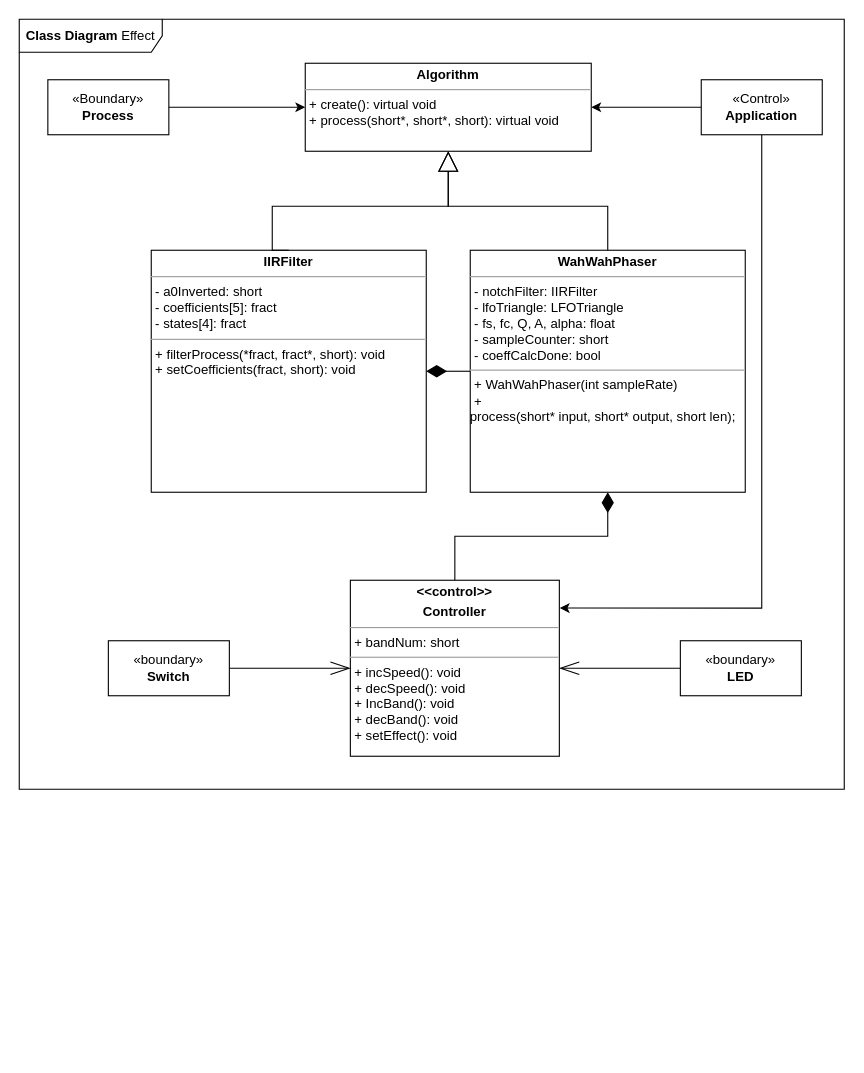
Earlier version of the draw.io diagram ClassDiagram.pdf.drawio (flamefir/ISB-final-project). Source tidied: cells renumbered, new cells numbered last; positions are measured from the earlier drawing's top-left corner, leaving out a move shared by most shapes. Both pictures are drawn from the tidied source at 110%, with x=0, y=0 at pixel (19, 19).
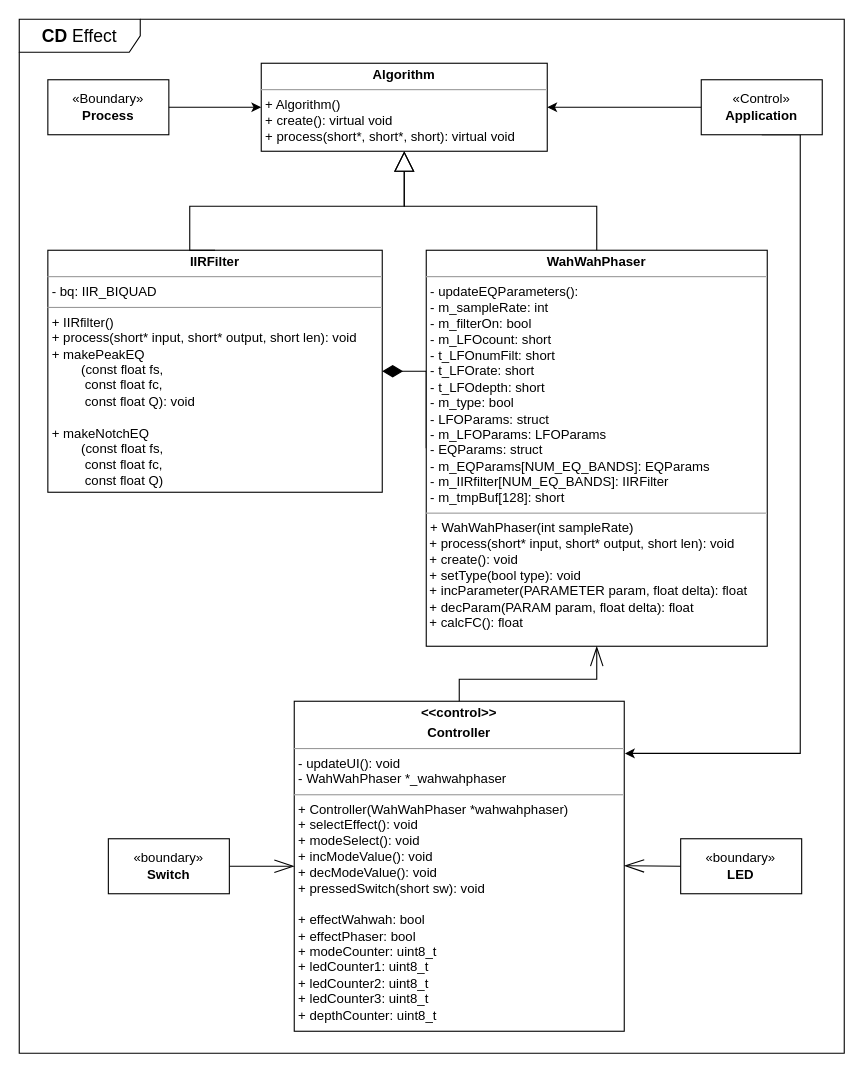
Above is the later version.

Unchanged cells that the change refers to:
```xml
<mxCell id="11" value="«Control»&lt;br&gt;&lt;b&gt;Application&lt;/b&gt;" style="html=1;whiteSpace=wrap;" parent="1" vertex="1">
  <mxGeometry x="620" y="55" width="110" height="50" as="geometry" />
</mxCell>
```

Diff of the diagram source:
```diff
@@
-    <mxCell id="4" value="&lt;p style=&quot;margin:0px;margin-top:4px;text-align:center;&quot;&gt;&lt;b&gt;Algorithm&lt;/b&gt;&lt;/p&gt;&lt;hr size=&quot;1&quot;&gt;&lt;p style=&quot;margin:0px;margin-left:4px;&quot;&gt;&lt;span style=&quot;background-color: initial;&quot;&gt;+ create(): virtual void&lt;/span&gt;&lt;br&gt;&lt;span style=&quot;background-color: initial;&quot;&gt;+ process(short*, short*, short): virtual void&lt;/span&gt;&lt;br&gt;&lt;/p&gt;&lt;p style=&quot;margin:0px;margin-left:4px;&quot;&gt;&lt;br&gt;&lt;/p&gt;" style="verticalAlign=top;align=left;overflow=fill;fontSize=12;fontFamily=Helvetica;html=1;whiteSpace=wrap;" parent="1" vertex="1">
-      <mxGeometry x="260" y="40" width="260" height="80" as="geometry" />
+    <mxCell id="4" value="&lt;p style=&quot;margin:0px;margin-top:4px;text-align:center;&quot;&gt;&lt;b&gt;Algorithm&lt;/b&gt;&lt;/p&gt;&lt;hr size=&quot;1&quot;&gt;&lt;p style=&quot;margin:0px;margin-left:4px;&quot;&gt;&lt;span style=&quot;background-color: initial;&quot;&gt;+ Algorithm()&lt;/span&gt;&lt;/p&gt;&lt;p style=&quot;margin:0px;margin-left:4px;&quot;&gt;&lt;span style=&quot;background-color: initial;&quot;&gt;+ create(): virtual void&lt;/span&gt;&lt;br&gt;&lt;span style=&quot;background-color: initial;&quot;&gt;+ process(short*, short*, short): virtual void&lt;/span&gt;&lt;br&gt;&lt;/p&gt;&lt;p style=&quot;margin:0px;margin-left:4px;&quot;&gt;&lt;br&gt;&lt;/p&gt;" style="verticalAlign=top;align=left;overflow=fill;fontSize=12;fontFamily=Helvetica;html=1;whiteSpace=wrap;" parent="1" vertex="1">
+      <mxGeometry x="220" y="40" width="260" height="80" as="geometry" />
     </mxCell>
-    <mxCell id="5" value="&lt;p style=&quot;margin:0px;margin-top:4px;text-align:center;&quot;&gt;&lt;b&gt;IIRFilter&lt;/b&gt;&lt;/p&gt;&lt;hr size=&quot;1&quot;&gt;&lt;p style=&quot;margin:0px;margin-left:4px;&quot;&gt;- a0Inverted: short&lt;br&gt;&lt;/p&gt;&lt;p style=&quot;margin:0px;margin-left:4px;&quot;&gt;- coefficients[5]: fract&lt;/p&gt;&lt;p style=&quot;margin:0px;margin-left:4px;&quot;&gt;- states[4]: fract&lt;/p&gt;&lt;hr size=&quot;1&quot;&gt;&lt;p style=&quot;margin:0px;margin-left:4px;&quot;&gt;+ filterProcess(*fract, fract*, short): void&lt;br&gt;+ setCoefficients(fract, short): void&lt;/p&gt;" style="verticalAlign=top;align=left;overflow=fill;fontSize=12;fontFamily=Helvetica;html=1;whiteSpace=wrap;" parent="1" vertex="1">
-      <mxGeometry x="120" y="210" width="250" height="220" as="geometry" />
+    <mxCell id="5" value="&lt;p style=&quot;margin:0px;margin-top:4px;text-align:center;&quot;&gt;&lt;b&gt;IIRFilter&lt;/b&gt;&lt;/p&gt;&lt;hr size=&quot;1&quot;&gt;&lt;p style=&quot;margin:0px;margin-left:4px;&quot;&gt;- bq: IIR_BIQUAD&lt;/p&gt;&lt;hr size=&quot;1&quot;&gt;&lt;p style=&quot;margin:0px;margin-left:4px;&quot;&gt;+ IIRfilter()&lt;/p&gt;&lt;p style=&quot;margin:0px;margin-left:4px;&quot;&gt;+ process(short* input, short* output, short len): void&lt;br&gt;+ makePeakEQ&lt;/p&gt;&lt;p style=&quot;margin:0px;margin-left:4px;&quot;&gt;&lt;span style=&quot;white-space: pre;&quot;&gt;&#9;&lt;/span&gt;(const float fs,&lt;br&gt;                     &lt;span style=&quot;white-space: pre;&quot;&gt;&#9;&lt;/span&gt;&amp;nbsp;const float fc,&lt;br&gt;                     &lt;span style=&quot;white-space: pre;&quot;&gt;&#9;&lt;/span&gt;&amp;nbsp;const float Q): void&lt;br&gt;&lt;/p&gt;&lt;p style=&quot;margin:0px;margin-left:4px;&quot;&gt;&lt;br&gt;&lt;/p&gt;&lt;p style=&quot;margin:0px;margin-left:4px;&quot;&gt;+ makeNotchEQ&lt;/p&gt;&lt;p style=&quot;margin:0px;margin-left:4px;&quot;&gt;&lt;span style=&quot;white-space: pre;&quot;&gt;&#9;&lt;/span&gt;(const float fs,&lt;br&gt;                     &lt;span style=&quot;white-space: pre;&quot;&gt;&#9;&lt;/span&gt;&amp;nbsp;const float fc,&lt;br&gt;                     &lt;span style=&quot;white-space: pre;&quot;&gt;&#9;&lt;/span&gt;&amp;nbsp;const float Q)&lt;br&gt;&lt;/p&gt;" style="verticalAlign=top;align=left;overflow=fill;fontSize=12;fontFamily=Helvetica;html=1;whiteSpace=wrap;" parent="1" vertex="1">
+      <mxGeometry x="26" y="210" width="304" height="220" as="geometry" />
     </mxCell>
@@
-    <mxCell id="7" value="&lt;p style=&quot;margin:0px;margin-top:4px;text-align:center;&quot;&gt;&lt;b&gt;WahWahPhaser&lt;/b&gt;&lt;/p&gt;&lt;hr size=&quot;1&quot;&gt;&lt;p style=&quot;margin:0px;margin-left:4px;&quot;&gt;- notchFilter: IIRFilter&lt;br&gt;- lfoTriangle: LFOTriangle&lt;/p&gt;&lt;p style=&quot;margin:0px;margin-left:4px;&quot;&gt;- fs, fc, Q, A, alpha: float&lt;/p&gt;&lt;p style=&quot;margin:0px;margin-left:4px;&quot;&gt;- sampleCounter: short&lt;/p&gt;&lt;p style=&quot;margin:0px;margin-left:4px;&quot;&gt;- coeffCalcDone: bool&lt;/p&gt;&lt;hr size=&quot;1&quot;&gt;&lt;p style=&quot;margin:0px;margin-left:4px;&quot;&gt;+ WahWahPhaser(int sampleRate)&lt;/p&gt;&lt;p style=&quot;margin:0px;margin-left:4px;&quot;&gt;+&amp;nbsp;&lt;/p&gt;process(short* input, short* output, short len);" style="verticalAlign=top;align=left;overflow=fill;fontSize=12;fontFamily=Helvetica;html=1;whiteSpace=wrap;" parent="1" vertex="1">
-      <mxGeometry x="410" y="210" width="250" height="220" as="geometry" />
+    <mxCell id="7" value="&lt;p style=&quot;margin:0px;margin-top:4px;text-align:center;&quot;&gt;&lt;b&gt;WahWahPhaser&lt;/b&gt;&lt;/p&gt;&lt;hr size=&quot;1&quot;&gt;&lt;p style=&quot;margin:0px;margin-left:4px;&quot;&gt;-&amp;nbsp;updateEQParameters():&amp;nbsp;&lt;br&gt;- m_sampleRate: int&lt;br&gt;&lt;/p&gt;&lt;p style=&quot;margin:0px;margin-left:4px;&quot;&gt;- m_filterOn: bool&lt;/p&gt;&lt;p style=&quot;margin:0px;margin-left:4px;&quot;&gt;- m_LFOcount: short&lt;/p&gt;&lt;p style=&quot;margin:0px;margin-left:4px;&quot;&gt;- t_LFOnumFilt: short&lt;br&gt;&lt;/p&gt;&lt;p style=&quot;margin:0px;margin-left:4px;&quot;&gt;- t_LFOrate: short&lt;br&gt;&lt;/p&gt;&lt;p style=&quot;margin:0px;margin-left:4px;&quot;&gt;- t_LFOdepth: short&lt;br&gt;&lt;/p&gt;&lt;p style=&quot;margin:0px;margin-left:4px;&quot;&gt;- m_type: bool&lt;/p&gt;&lt;p style=&quot;margin:0px;margin-left:4px;&quot;&gt;- LFOParams: struct&lt;/p&gt;&lt;p style=&quot;margin:0px;margin-left:4px;&quot;&gt;- m_LFOParams: LFOParams&lt;br&gt;&lt;/p&gt;&lt;p style=&quot;margin:0px;margin-left:4px;&quot;&gt;- EQParams: struct&lt;/p&gt;&lt;p style=&quot;margin:0px;margin-left:4px;&quot;&gt;- m_EQParams[NUM_EQ_BANDS]: EQParams&lt;/p&gt;&lt;p style=&quot;margin:0px;margin-left:4px;&quot;&gt;- m_IIRfilter[NUM_EQ_BANDS]: IIRFilter&lt;span style=&quot;background-color: initial;&quot;&gt;&amp;nbsp;&lt;/span&gt;&lt;/p&gt;&lt;p style=&quot;margin:0px;margin-left:4px;&quot;&gt;- m_tmpBuf[128]: short&lt;/p&gt;&lt;hr size=&quot;1&quot;&gt;&lt;p style=&quot;margin:0px;margin-left:4px;&quot;&gt;+ WahWahPhaser(int sampleRate)&lt;/p&gt;&lt;p style=&quot;margin:0px;margin-left:4px;&quot;&gt;&lt;/p&gt;&amp;nbsp;+ process(short* input, short* output, short len): void&lt;br&gt;&amp;nbsp;+ create(): void&lt;br&gt;&amp;nbsp;+&amp;nbsp;setType(bool type): void&amp;nbsp;&lt;br&gt;&amp;nbsp;+ incParameter(PARAMETER param, float delta): float&lt;br&gt;&amp;nbsp;+ decParam(PARAM param, float delta): float&lt;br&gt;&amp;nbsp;+ calcFC(): float" style="verticalAlign=top;align=left;overflow=fill;fontSize=12;fontFamily=Helvetica;html=1;whiteSpace=wrap;" parent="1" vertex="1">
+      <mxGeometry x="370" y="210" width="310" height="360" as="geometry" />
     </mxCell>
@@
     <mxCell id="10" style="edgeStyle=orthogonalEdgeStyle;rounded=0;jettySize=auto;html=1;exitX=0.5;exitY=1;exitDx=0;exitDy=0;entryX=1.002;entryY=0.158;entryDx=0;entryDy=0;entryPerimeter=0;" parent="1" edge="1" source="11" target="12">
       <mxGeometry relative="1" as="geometry">
         <Array as="points">
-          <mxPoint x="675" y="535" />
+          <mxPoint x="710" y="105" />
+          <mxPoint x="710" y="667" />
+          <mxPoint x="551" y="667" />
         </Array>
       </mxGeometry>
     </mxCell>
@@
-    <mxCell id="12" value="&lt;p style=&quot;margin:0px;margin-top:4px;text-align:center;&quot;&gt;&lt;b&gt;&amp;lt;&amp;lt;control&amp;gt;&amp;gt;&lt;/b&gt;&lt;/p&gt;&lt;p style=&quot;margin:0px;margin-top:4px;text-align:center;&quot;&gt;&lt;b&gt;Controller&lt;/b&gt;&lt;/p&gt;&lt;hr size=&quot;1&quot;&gt;&lt;p style=&quot;margin:0px;margin-left:4px;&quot;&gt;+ bandNum: short&lt;br&gt;&lt;/p&gt;&lt;hr size=&quot;1&quot;&gt;&lt;p style=&quot;margin:0px;margin-left:4px;&quot;&gt;+ incSpeed(): void&lt;br&gt;+ decSpeed(): void&lt;/p&gt;&lt;p style=&quot;margin:0px;margin-left:4px;&quot;&gt;+ IncBand(): void&lt;/p&gt;&lt;p style=&quot;margin:0px;margin-left:4px;&quot;&gt;+ decBand(): void&lt;/p&gt;&lt;p style=&quot;margin:0px;margin-left:4px;&quot;&gt;+ setEffect(): void&lt;/p&gt;" style="verticalAlign=top;align=left;overflow=fill;fontSize=12;fontFamily=Helvetica;html=1;whiteSpace=wrap;" parent="1" vertex="1">
-      <mxGeometry x="301" y="510" width="190" height="160" as="geometry" />
+    <mxCell id="12" value="&lt;p style=&quot;margin:0px;margin-top:4px;text-align:center;&quot;&gt;&lt;b&gt;&amp;lt;&amp;lt;control&amp;gt;&amp;gt;&lt;/b&gt;&lt;/p&gt;&lt;p style=&quot;margin:0px;margin-top:4px;text-align:center;&quot;&gt;&lt;b&gt;Controller&lt;/b&gt;&lt;/p&gt;&lt;hr size=&quot;1&quot;&gt;&lt;p style=&quot;margin:0px;margin-left:4px;&quot;&gt;- updateUI(): void&lt;/p&gt;&lt;p style=&quot;margin:0px;margin-left:4px;&quot;&gt;- WahWahPhaser *_wahwahphaser&lt;/p&gt;&lt;hr size=&quot;1&quot;&gt;&lt;p style=&quot;margin:0px;margin-left:4px;&quot;&gt;+ Controller(WahWahPhaser *wahwahphaser)&lt;/p&gt;&lt;p style=&quot;margin:0px;margin-left:4px;&quot;&gt;+ selectEffect(): void&lt;/p&gt;&lt;p style=&quot;margin:0px;margin-left:4px;&quot;&gt;+ modeSelect(): void&lt;/p&gt;&lt;p style=&quot;margin:0px;margin-left:4px;&quot;&gt;+ incModeValue(): void&lt;/p&gt;&lt;p style=&quot;margin:0px;margin-left:4px;&quot;&gt;+ decModeValue(): void&lt;/p&gt;&lt;p style=&quot;margin:0px;margin-left:4px;&quot;&gt;+ pressedSwitch(short sw): void&lt;/p&gt;&lt;p style=&quot;margin:0px;margin-left:4px;&quot;&gt;&lt;br&gt;&lt;/p&gt;&lt;p style=&quot;margin:0px;margin-left:4px;&quot;&gt;+ effectWahwah: bool&lt;/p&gt;&lt;p style=&quot;margin:0px;margin-left:4px;&quot;&gt;+ effectPhaser: bool&lt;br&gt;&lt;/p&gt;&lt;p style=&quot;margin:0px;margin-left:4px;&quot;&gt;+ modeCounter: uint8_t&lt;/p&gt;&lt;p style=&quot;margin:0px;margin-left:4px;&quot;&gt;+ ledCounter1: uint8_t&lt;br&gt;&lt;/p&gt;&lt;p style=&quot;margin:0px;margin-left:4px;&quot;&gt;+ ledCounter2: uint8_t&lt;br&gt;&lt;/p&gt;&lt;p style=&quot;margin:0px;margin-left:4px;&quot;&gt;+ ledCounter3: uint8_t&lt;br&gt;&lt;/p&gt;&lt;p style=&quot;margin:0px;margin-left:4px;&quot;&gt;+ depthCounter: uint8_t&lt;br&gt;&lt;/p&gt;" style="verticalAlign=top;align=left;overflow=fill;fontSize=12;fontFamily=Helvetica;html=1;whiteSpace=wrap;" parent="1" vertex="1">
+      <mxGeometry x="250" y="620" width="300" height="300" as="geometry" />
     </mxCell>
@@
     <mxCell id="14" value="«boundary»&lt;br&gt;&lt;b&gt;Switch&lt;/b&gt;" style="html=1;whiteSpace=wrap;" parent="1" vertex="1">
-      <mxGeometry x="81" y="565" width="110" height="50" as="geometry" />
+      <mxGeometry x="81" y="745" width="110" height="50" as="geometry" />
     </mxCell>
-    <mxCell id="15" style="edgeStyle=orthogonalEdgeStyle;rounded=0;jettySize=auto;html=1;exitX=0;exitY=0.5;exitDx=0;exitDy=0;entryX=1;entryY=0.5;entryDx=0;entryDy=0;endArrow=openThin;endFill=0;endSize=16;" parent="1" edge="1" source="16" target="12">
-      <mxGeometry relative="1" as="geometry" />
+    <mxCell id="15" style="edgeStyle=orthogonalEdgeStyle;rounded=0;jettySize=auto;html=1;exitX=0;exitY=0.5;exitDx=0;exitDy=0;entryX=0.999;entryY=0.684;entryDx=0;entryDy=0;endArrow=openThin;endFill=0;endSize=16;entryPerimeter=0;" parent="1" edge="1" source="16">
+      <mxGeometry relative="1" as="geometry">
+        <mxPoint x="550" y="769.5" as="targetPoint" />
+      </mxGeometry>
     </mxCell>
     <mxCell id="16" value="«boundary»&lt;br&gt;&lt;b&gt;LED&lt;/b&gt;" style="html=1;whiteSpace=wrap;" parent="1" vertex="1">
-      <mxGeometry x="601" y="565" width="110" height="50" as="geometry" />
+      <mxGeometry x="601.3" y="745" width="110" height="50" as="geometry" />
     </mxCell>
-    <mxCell id="17" value="&lt;b&gt;Class Diagram &lt;/b&gt;Effect" style="shape=umlFrame;whiteSpace=wrap;html=1;width=130;height=30;" parent="1" vertex="1">
-      <mxGeometry width="750" height="700" as="geometry" />
+    <mxCell id="17" value="&lt;font style=&quot;font-size: 16px;&quot;&gt;&lt;b&gt;CD&amp;nbsp;&lt;/b&gt;Effect&lt;/font&gt;" style="shape=umlFrame;whiteSpace=wrap;html=1;width=110;height=30;" parent="1" vertex="1">
+      <mxGeometry width="750" height="940" as="geometry" />
     </mxCell>
     <mxCell id="18" style="edgeStyle=orthogonalEdgeStyle;rounded=0;jettySize=auto;html=1;exitX=0.5;exitY=0;exitDx=0;exitDy=0;entryX=0.5;entryY=1;entryDx=0;entryDy=0;endArrow=block;endFill=0;endSize=16;targetPerimeterSpacing=6;" parent="1" edge="1" source="5" target="4">
       <mxGeometry relative="1" as="geometry">
         <Array as="points">
-          <mxPoint x="230" y="170" />
-          <mxPoint x="390" y="170" />
+          <mxPoint x="155" y="170" />
+          <mxPoint x="350" y="170" />
         </Array>
       </mxGeometry>
     </mxCell>
-    <mxCell id="19" style="edgeStyle=orthogonalEdgeStyle;rounded=0;jettySize=auto;html=1;exitX=0.5;exitY=0;exitDx=0;exitDy=0;entryX=0.5;entryY=1;entryDx=0;entryDy=0;endArrow=diamondThin;endFill=1;strokeWidth=1;endSize=16;" parent="1" edge="1" source="12" target="7">
+    <mxCell id="19" style="edgeStyle=orthogonalEdgeStyle;rounded=0;jettySize=auto;html=1;exitX=0.5;exitY=0;exitDx=0;exitDy=0;entryX=0.5;entryY=1;entryDx=0;entryDy=0;endArrow=openThin;endFill=0;strokeWidth=1;endSize=16;" parent="1" edge="1" source="12" target="7">
       <mxGeometry relative="1" as="geometry">
         <Array as="points">
-          <mxPoint x="396" y="470" />
-          <mxPoint x="535" y="470" />
+          <mxPoint x="400" y="600" />
+          <mxPoint x="525" y="600" />
         </Array>
       </mxGeometry>
     </mxCell>
```
